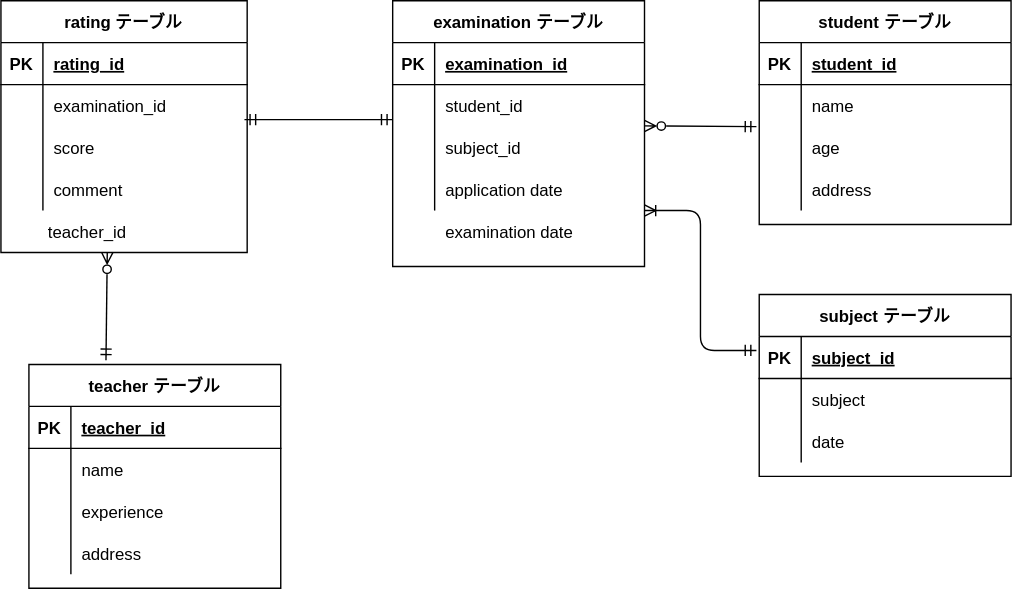
This is ER.drawio.svg from akikom220711/20220728, a draw.io export, as it was before one commit. Source tidied: cells renumbered, new cells last; positions are measured from the earlier drawing's top-left corner, leaving out a move shared by most shapes.
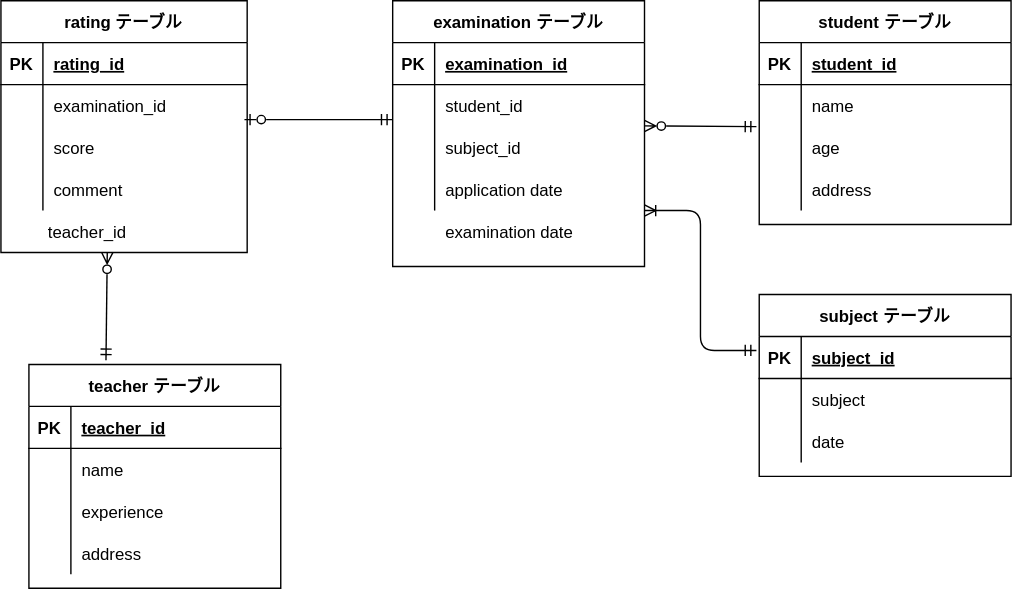
After the commit.

Commit message:
second correction

Change to the diagram source:
```diff
@@ -216,7 +216,7 @@
         <mxPoint x="76" y="180" as="sourcePoint" />
       </mxGeometry>
     </mxCell>
-    <mxCell id="70" style="fontSize=12;html=1;endArrow=ERmandOne;startArrow=ERmandOne;startFill=0;endFill=0;entryX=0.989;entryY=0.833;entryDx=0;entryDy=0;entryPerimeter=0;" parent="1" edge="1" target="55">
+    <mxCell id="70" style="fontSize=12;html=1;endArrow=ERzeroToOne;startArrow=ERmandOne;startFill=0;endFill=0;entryX=0.989;entryY=0.833;entryDx=0;entryDy=0;entryPerimeter=0;" parent="1" edge="1" target="55">
       <mxGeometry relative="1" as="geometry">
         <mxPoint x="280" y="85" as="sourcePoint" />
       </mxGeometry>
```
